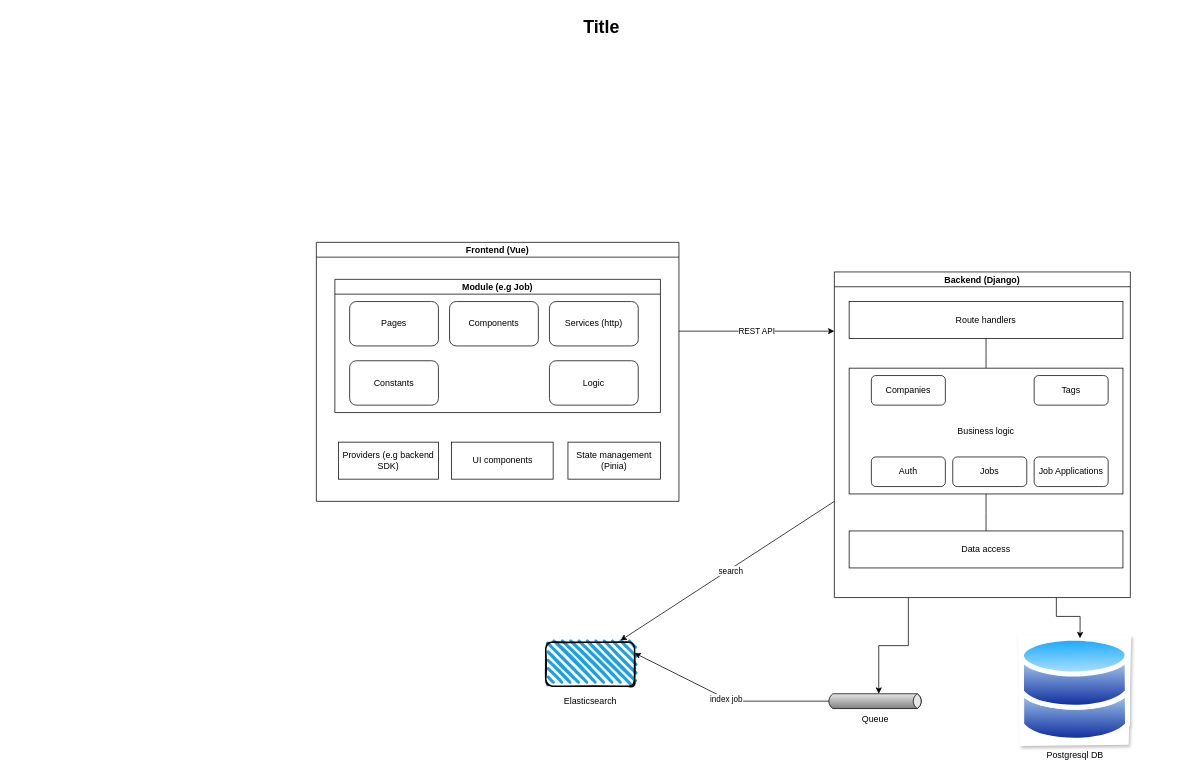
Above: diagrams/high level arch.drawio in dvmhmdsd/job-board (draw.io), before the change. Source tidied: cells renumbered, new cells numbered last; positions are measured from the earlier drawing's top-left corner, leaving out a move shared by most shapes. Both pictures are drawn from the tidied source at 74%, with x=0, y=0 at pixel (13, 13).
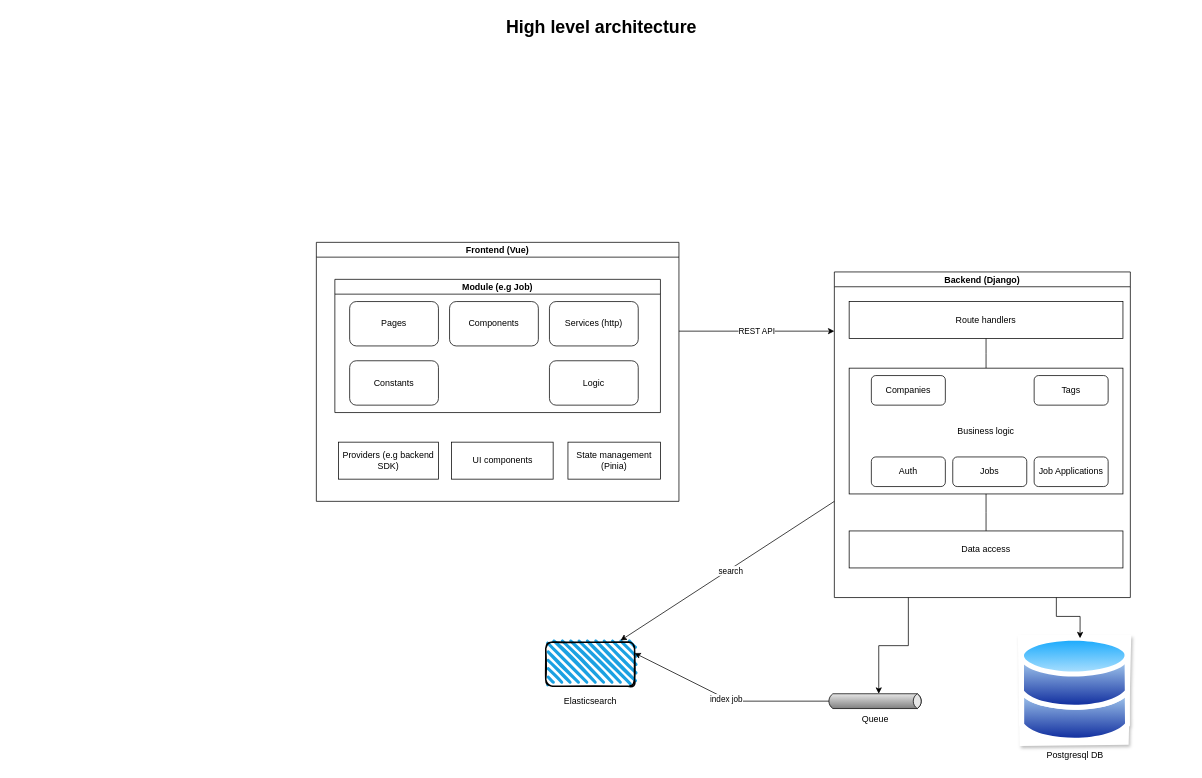
The same page after the edit.

The edit, as a diff of the source:
```diff
@@
-    <mxCell id="2" value="Title" style="text;strokeColor=none;fillColor=none;html=1;fontSize=24;fontStyle=1;verticalAlign=middle;align=center;" parent="1" vertex="1">
+    <mxCell id="2" value="High level architecture" style="text;strokeColor=none;fillColor=none;html=1;fontSize=24;fontStyle=1;verticalAlign=middle;align=center;" parent="1" vertex="1">
       <mxGeometry width="1590" height="40" as="geometry" />
     </mxCell>
```
